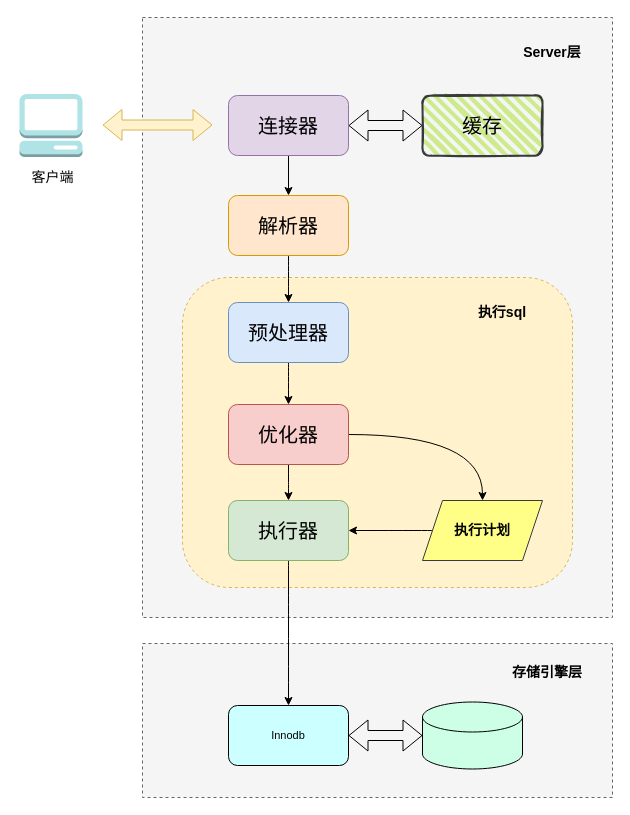
This is 未命名绘图.drawio from donscoco/diagrams, a draw.io file, before an edit. Source tidied: cells renumbered, new cells numbered last; positions are measured from the earlier drawing's top-left corner, leaving out a move shared by most shapes. Both pictures are drawn from the tidied source at 100%, with x=0, y=0 at pixel (17, 17).
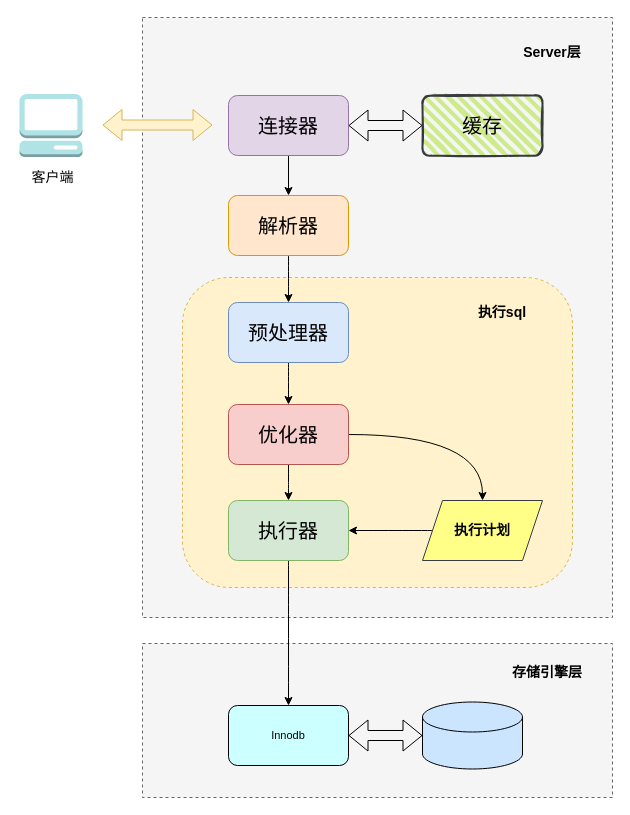
The same page after the edit.

Diff of the diagram source:
```diff
@@
-    <mxCell id="20" style="shape=cylinder3;whiteSpace=wrap;html=1;boundedLbl=1;backgroundOutline=1;size=15;fontSize=11;fillColor=#CCFFE6;" parent="1" vertex="1">
+    <mxCell id="20" style="shape=cylinder3;whiteSpace=wrap;html=1;boundedLbl=1;backgroundOutline=1;size=15;fontSize=11;fillColor=#CCE5FF;" parent="1" vertex="1">
       <mxGeometry x="405" y="684.5" width="100" height="67" as="geometry" />
     </mxCell>
```
